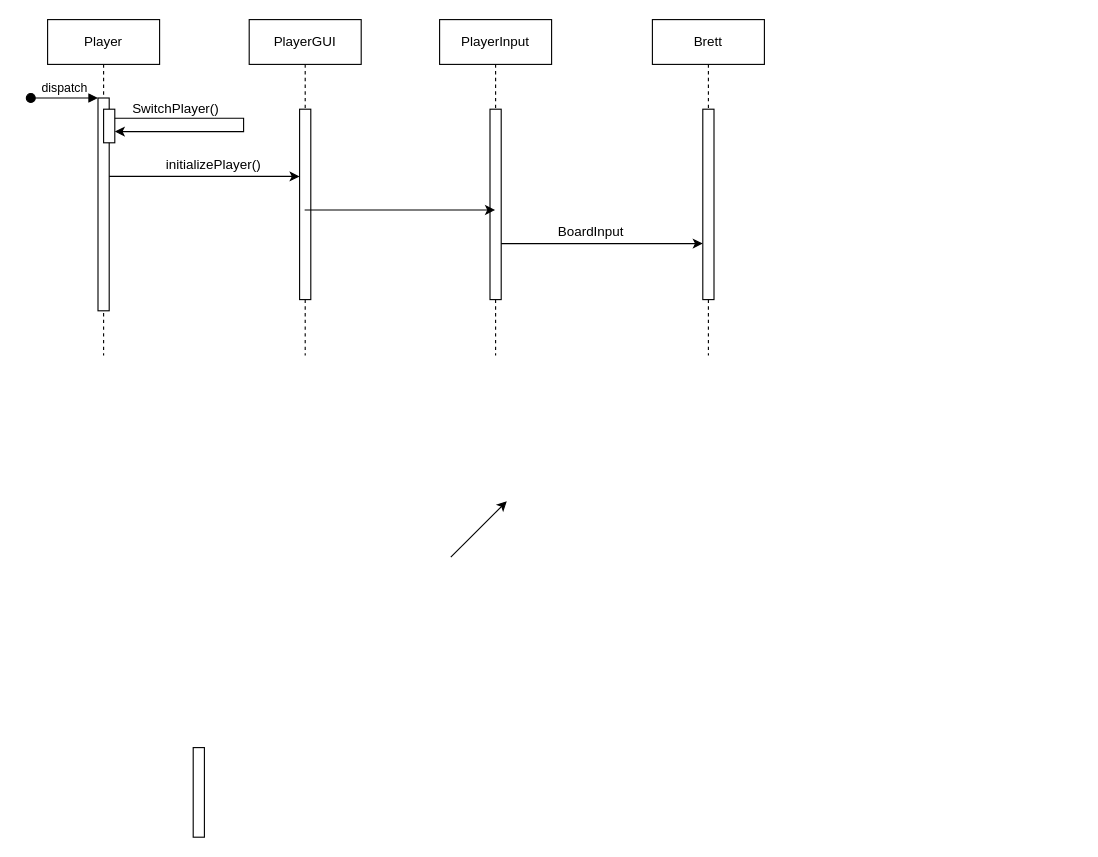
The draw.io diagram SequenzdiagrammSpielzug.drawio in Swagsy/Eclipselovers69, before the edit. Source tidied: cells renumbered, new cells numbered last; positions are measured from the earlier drawing's top-left corner, leaving out a move shared by most shapes. Both pictures are drawn from the tidied source at 112%, with x=0, y=0 at pixel (30, 19).
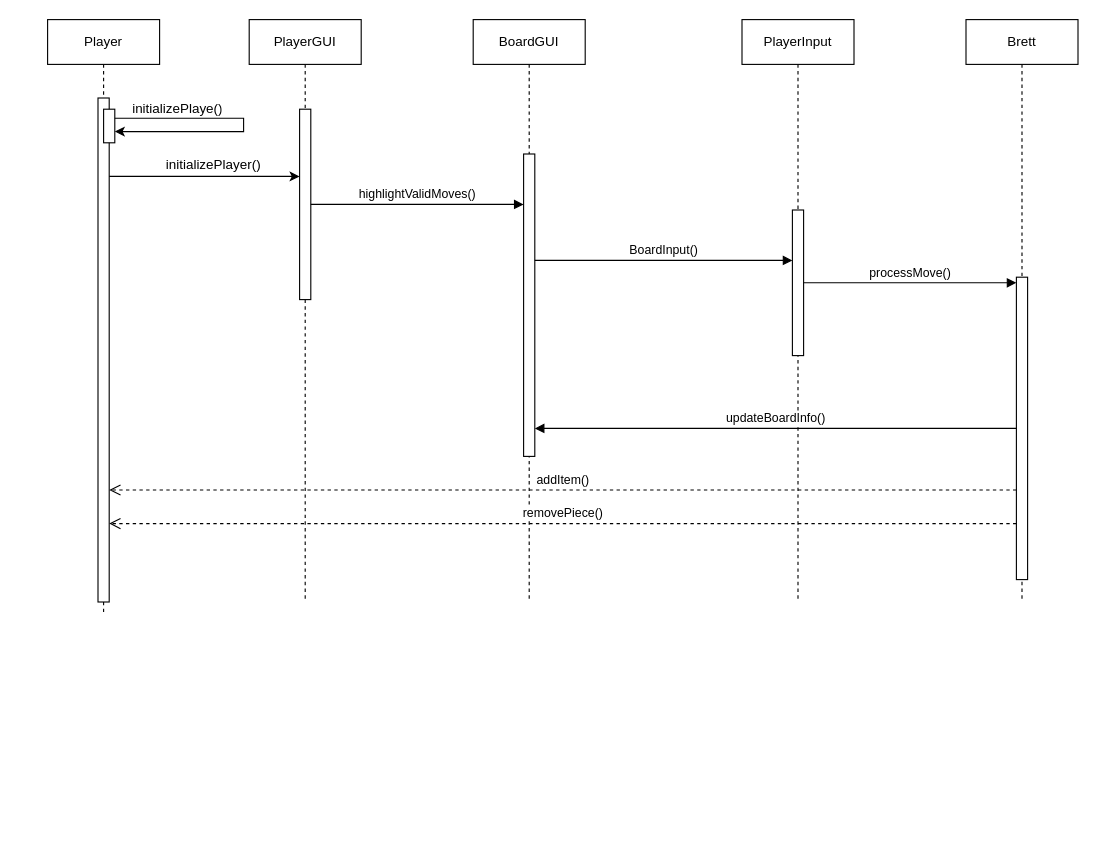
The same page after the edit.

The change refers to these unchanged cells:
```xml
<mxCell id="7" style="html=1;points=[];perimeter=orthogonalPerimeter;outlineConnect=0;targetShapes=umlLifeline;portConstraint=eastwest;newEdgeStyle={&quot;edgeStyle&quot;:&quot;elbowEdgeStyle&quot;,&quot;elbow&quot;:&quot;vertical&quot;,&quot;curved&quot;:0,&quot;rounded&quot;:0};" parent="6" vertex="1">
  <mxGeometry x="45" y="80" width="10" height="170" as="geometry" />
</mxCell>
```

The edit, as a diff of the source:
```diff
@@
     <mxCell id="2" value="Player" style="shape=umlLifeline;perimeter=lifelinePerimeter;whiteSpace=wrap;html=1;newEdgeStyle={&quot;edgeStyle&quot;:&quot;elbowEdgeStyle&quot;,&quot;elbow&quot;:&quot;vertical&quot;,&quot;curved&quot;:0,&quot;rounded&quot;:0};" parent="1" vertex="1">
-      <mxGeometry x="15" width="100" height="300" as="geometry" />
+      <mxGeometry x="15" width="100" height="530" as="geometry" />
     </mxCell>
     <mxCell id="3" style="html=1;points=[];perimeter=orthogonalPerimeter;outlineConnect=0;targetShapes=umlLifeline;portConstraint=eastwest;newEdgeStyle={&quot;edgeStyle&quot;:&quot;elbowEdgeStyle&quot;,&quot;elbow&quot;:&quot;vertical&quot;,&quot;curved&quot;:0,&quot;rounded&quot;:0};" parent="2" vertex="1">
-      <mxGeometry x="45" y="70" width="10" height="190" as="geometry" />
+      <mxGeometry x="45" y="70" width="10" height="450" as="geometry" />
     </mxCell>
-    <mxCell id="4" value="dispatch" style="html=1;verticalAlign=bottom;startArrow=oval;endArrow=block;startSize=8;edgeStyle=elbowEdgeStyle;elbow=vertical;curved=0;rounded=0;" parent="2" edge="1" target="3">
-      <mxGeometry relative="1" as="geometry">
-        <mxPoint x="-15" y="70" as="sourcePoint" />
-      </mxGeometry>
-    </mxCell>
@@
     <mxCell id="6" value="PlayerGUI" style="shape=umlLifeline;perimeter=lifelinePerimeter;whiteSpace=wrap;html=1;outlineConnect=0;portConstraint=eastwest;newEdgeStyle={&quot;edgeStyle&quot;:&quot;elbowEdgeStyle&quot;,&quot;elbow&quot;:&quot;vertical&quot;,&quot;curved&quot;:0,&quot;rounded&quot;:0};" parent="1" vertex="1">
-      <mxGeometry x="195" width="100" height="300" as="geometry" />
+      <mxGeometry x="195" width="100" height="520" as="geometry" />
     </mxCell>
@@
     <mxCell id="8" value="PlayerInput" style="shape=umlLifeline;perimeter=lifelinePerimeter;whiteSpace=wrap;html=1;outlineConnect=0;portConstraint=eastwest;newEdgeStyle={&quot;edgeStyle&quot;:&quot;elbowEdgeStyle&quot;,&quot;elbow&quot;:&quot;vertical&quot;,&quot;curved&quot;:0,&quot;rounded&quot;:0};" parent="1" vertex="1">
-      <mxGeometry x="365" width="100" height="300" as="geometry" />
+      <mxGeometry x="635" width="100" height="520" as="geometry" />
     </mxCell>
     <mxCell id="9" style="html=1;points=[];perimeter=orthogonalPerimeter;outlineConnect=0;targetShapes=umlLifeline;portConstraint=eastwest;newEdgeStyle={&quot;edgeStyle&quot;:&quot;elbowEdgeStyle&quot;,&quot;elbow&quot;:&quot;vertical&quot;,&quot;curved&quot;:0,&quot;rounded&quot;:0};" parent="8" vertex="1">
-      <mxGeometry x="45" y="80" width="10" height="170" as="geometry" />
+      <mxGeometry x="45" y="170" width="10" height="130" as="geometry" />
     </mxCell>
     <mxCell id="10" value="Brett" style="shape=umlLifeline;perimeter=lifelinePerimeter;whiteSpace=wrap;html=1;newEdgeStyle={&quot;edgeStyle&quot;:&quot;elbowEdgeStyle&quot;,&quot;elbow&quot;:&quot;vertical&quot;,&quot;curved&quot;:0,&quot;rounded&quot;:0};" parent="1" vertex="1">
-      <mxGeometry x="555" width="100" height="300" as="geometry" />
+      <mxGeometry x="835" width="100" height="520" as="geometry" />
     </mxCell>
     <mxCell id="11" style="html=1;points=[];perimeter=orthogonalPerimeter;outlineConnect=0;targetShapes=umlLifeline;portConstraint=eastwest;newEdgeStyle={&quot;edgeStyle&quot;:&quot;elbowEdgeStyle&quot;,&quot;elbow&quot;:&quot;vertical&quot;,&quot;curved&quot;:0,&quot;rounded&quot;:0};" parent="10" vertex="1">
-      <mxGeometry x="45" y="80" width="10" height="170" as="geometry" />
+      <mxGeometry x="45" y="230" width="10" height="270" as="geometry" />
     </mxCell>
-    <mxCell id="12" value="SwitchPlayer()" style="text;strokeColor=none;fillColor=none;align=left;verticalAlign=middle;spacingLeft=4;spacingRight=4;overflow=hidden;whiteSpace=wrap;html=1;" parent="1" vertex="1">
+    <mxCell id="12" value="initializePlaye()" style="text;strokeColor=none;fillColor=none;align=left;verticalAlign=middle;spacingLeft=4;spacingRight=4;overflow=hidden;whiteSpace=wrap;html=1;" parent="1" vertex="1">
       <mxGeometry x="85" y="70" width="90" height="20" as="geometry" />
     </mxCell>
@@
-    <mxCell id="15" style="endArrow=classic;html=1;rounded=0;" parent="1" edge="1">
-      <mxGeometry relative="1" as="geometry">
-        <mxPoint x="375" y="480" as="sourcePoint" />
-        <mxPoint x="425" y="430" as="targetPoint" />
-      </mxGeometry>
-    </mxCell>
-    <mxCell id="16" style="endArrow=classic;html=1;rounded=0;" parent="1" edge="1" source="6" target="8">
-      <mxGeometry relative="1" as="geometry">
-        <Array as="points">
-          <mxPoint x="325" y="170" />
-        </Array>
-      </mxGeometry>
-    </mxCell>
-    <mxCell id="17" style="html=1;perimeter=orthogonalPerimeter;targetShapes=umlLifeline;newEdgeStyle={&quot;edgeStyle&quot;:&quot;elbowEdgeStyle&quot;,&quot;elbow&quot;:&quot;vertical&quot;,&quot;curved&quot;:0,&quot;rounded&quot;:0};" parent="1" vertex="1">
-      <mxGeometry x="145" y="650" width="10" height="80" as="geometry" />
-    </mxCell>
@@
+    <mxCell id="21" value="BoardGUI" style="shape=umlLifeline;perimeter=lifelinePerimeter;whiteSpace=wrap;html=1;newEdgeStyle={&quot;edgeStyle&quot;:&quot;elbowEdgeStyle&quot;,&quot;elbow&quot;:&quot;vertical&quot;,&quot;curved&quot;:0,&quot;rounded&quot;:0};" parent="1" vertex="1">
+      <mxGeometry x="395" width="100" height="520" as="geometry" />
+    </mxCell>
+    <mxCell id="22" style="html=1;points=[[0,0,0,0,5],[0,1,0,0,-5],[1,0,0,0,5],[1,1,0,0,-5]];perimeter=orthogonalPerimeter;outlineConnect=0;targetShapes=umlLifeline;portConstraint=eastwest;newEdgeStyle={&quot;curved&quot;:0,&quot;rounded&quot;:0};" parent="21" vertex="1">
+      <mxGeometry x="45" y="120" width="10" height="270" as="geometry" />
+    </mxCell>
+    <mxCell id="23" value="highlightValidMoves()" style="html=1;verticalAlign=bottom;endArrow=block;curved=0;rounded=0;" parent="1" edge="1" source="7" target="22">
+      <mxGeometry relative="1" as="geometry" />
+    </mxCell>
+    <mxCell id="24" value="BoardInput()" style="html=1;verticalAlign=bottom;endArrow=block;curved=0;rounded=0;" parent="1" edge="1" source="22" target="9">
+      <mxGeometry relative="1" as="geometry">
+        <Array as="points">
+          <mxPoint x="555" y="215" />
+        </Array>
+      </mxGeometry>
+    </mxCell>
-    <mxCell id="19" style="endArrow=classic;html=1;rounded=0;" parent="1" edge="1" source="9" target="11">
-      <mxGeometry relative="1" as="geometry">
-        <Array as="points">
-          <mxPoint x="505" y="200" />
-        </Array>
-      </mxGeometry>
+    <mxCell id="19" value="processMove()" style="html=1;verticalAlign=bottom;endArrow=block;curved=0;rounded=0;" parent="1" edge="1" source="9" target="11">
+      <mxGeometry relative="1" as="geometry" />
     </mxCell>
-    <mxCell id="20" value="BoardInput" style="text;strokeColor=none;fillColor=none;align=left;verticalAlign=middle;spacingLeft=4;spacingRight=4;overflow=hidden;whiteSpace=wrap;html=1;" parent="1" vertex="1">
-      <mxGeometry x="465" y="180" width="70" height="20" as="geometry" />
-    </mxCell>
+    <mxCell id="25" value="updateBoardInfo()" style="html=1;verticalAlign=bottom;endArrow=block;curved=0;rounded=0;" parent="1" edge="1" source="11" target="22">
+      <mxGeometry relative="1" as="geometry" />
+    </mxCell>
+    <mxCell id="26" value="addItem()" style="html=1;verticalAlign=bottom;endArrow=open;dashed=1;endSize=8;curved=0;rounded=0;" parent="1" edge="1" source="11" target="3">
+      <mxGeometry relative="1" as="geometry">
+        <Array as="points">
+          <mxPoint x="475" y="420" />
+        </Array>
+      </mxGeometry>
+    </mxCell>
+    <mxCell id="27" value="removePiece()" style="html=1;verticalAlign=bottom;endArrow=open;dashed=1;endSize=8;curved=0;rounded=0;" parent="1" edge="1" source="11" target="3">
+      <mxGeometry relative="1" as="geometry">
+        <Array as="points">
+          <mxPoint x="455" y="450" />
+        </Array>
+      </mxGeometry>
+    </mxCell>
```
